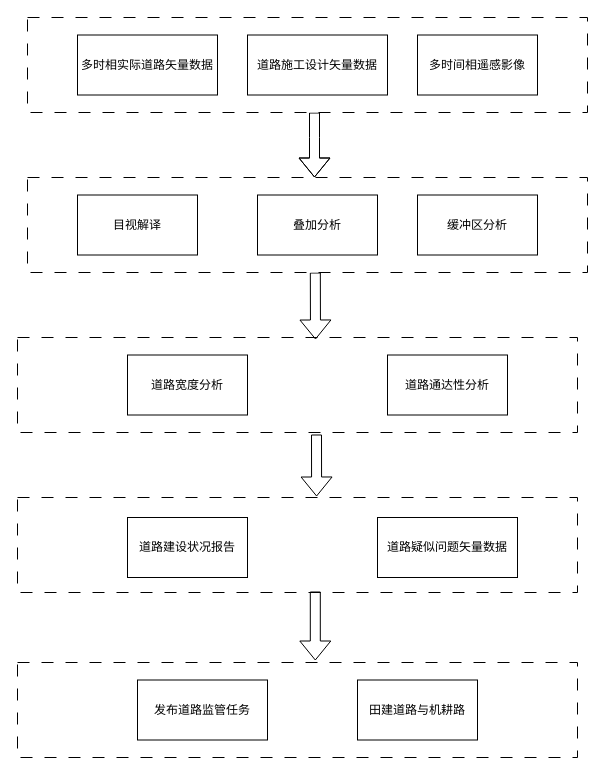
Earlier version of the draw.io diagram 沟渠建设情况分析.drawio (AhXianGL/draw.io). Source tidied: cells renumbered, new cells numbered last; positions are measured from the earlier drawing's top-left corner, leaving out a move shared by most shapes. Both pictures are drawn from the tidied source at 100%, with x=0, y=0 at pixel (17, 17).
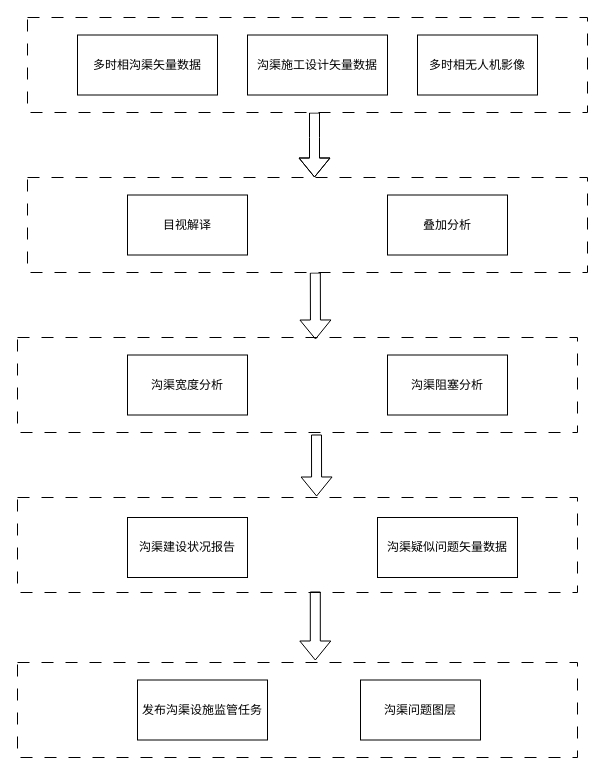
After the change.

Commit message:
更新沟渠建设情况分析.drawio

Unchanged cells that the change refers to:
```xml
<mxCell id="8" style="group;" parent="1" vertex="1">
  <mxGeometry y="480" width="560" height="95" as="geometry" />
</mxCell>
<mxCell id="12" style="group;" parent="1" vertex="1">
  <mxGeometry y="645" width="560" height="95" as="geometry" />
</mxCell>
<mxCell id="16" style="group;" parent="1" vertex="1">
  <mxGeometry x="10" width="560" height="95" as="geometry" />
</mxCell>
<mxCell id="21" style="group;" parent="1" vertex="1">
  <mxGeometry x="10" y="160" width="560" height="95" as="geometry" />
</mxCell>
```

Change to the diagram source:
```diff
@@
-    <mxCell id="3" value="道路宽度分析" style="rounded=0;whiteSpace=wrap;html=1;" parent="1" vertex="1">
+    <mxCell id="3" value="沟渠宽度分析" style="rounded=0;whiteSpace=wrap;html=1;" parent="1" vertex="1">
       <mxGeometry x="110" y="337.5" width="120" height="60" as="geometry" />
     </mxCell>
-    <mxCell id="4" value="道路通达性分析" style="rounded=0;whiteSpace=wrap;html=1;" parent="1" vertex="1">
+    <mxCell id="4" value="沟渠阻塞分析" style="rounded=0;whiteSpace=wrap;html=1;" parent="1" vertex="1">
       <mxGeometry x="370" y="337.5" width="120" height="60" as="geometry" />
     </mxCell>
@@
-    <mxCell id="10" value="道路建设状况报告" style="rounded=0;whiteSpace=wrap;html=1;" parent="8" vertex="1">
+    <mxCell id="10" value="沟渠建设状况报告" style="rounded=0;whiteSpace=wrap;html=1;" parent="8" vertex="1">
       <mxGeometry x="110" y="20" width="120" height="60" as="geometry" />
     </mxCell>
-    <mxCell id="11" value="道路疑似问题矢量数据" style="rounded=0;whiteSpace=wrap;html=1;" parent="8" vertex="1">
+    <mxCell id="11" value="沟渠疑似问题矢量数据" style="rounded=0;whiteSpace=wrap;html=1;" parent="8" vertex="1">
       <mxGeometry x="360" y="20" width="140" height="60" as="geometry" />
     </mxCell>
@@
-    <mxCell id="14" value="发布道路监管任务" style="rounded=0;whiteSpace=wrap;html=1;" parent="12" vertex="1">
+    <mxCell id="14" value="发布沟渠设施监管任务" style="rounded=0;whiteSpace=wrap;html=1;" parent="12" vertex="1">
       <mxGeometry x="120" y="17.5" width="130" height="60" as="geometry" />
     </mxCell>
-    <mxCell id="15" value="田建道路与机耕路" style="rounded=0;whiteSpace=wrap;html=1;" parent="12" vertex="1">
-      <mxGeometry x="340" y="17.5" width="120" height="60" as="geometry" />
+    <mxCell id="15" value="沟渠问题图层" style="rounded=0;whiteSpace=wrap;html=1;" parent="12" vertex="1">
+      <mxGeometry x="343" y="17.5" width="120" height="60" as="geometry" />
     </mxCell>
@@
-    <mxCell id="18" value="多时间相遥感影像" style="rounded=0;whiteSpace=wrap;html=1;" parent="16" vertex="1">
+    <mxCell id="18" value="多时相无人机影像" style="rounded=0;whiteSpace=wrap;html=1;" parent="16" vertex="1">
       <mxGeometry x="390" y="17.5" width="120" height="60" as="geometry" />
     </mxCell>
-    <mxCell id="19" value="道路施工设计矢量数据" style="rounded=0;whiteSpace=wrap;html=1;" parent="16" vertex="1">
+    <mxCell id="19" value="沟渠施工设计矢量数据" style="rounded=0;whiteSpace=wrap;html=1;" parent="16" vertex="1">
       <mxGeometry x="220" y="17.5" width="140" height="60" as="geometry" />
     </mxCell>
-    <mxCell id="20" value="多时相实际道路矢量数据" style="rounded=0;whiteSpace=wrap;html=1;" parent="16" vertex="1">
+    <mxCell id="20" value="多时相沟渠矢量数据" style="rounded=0;whiteSpace=wrap;html=1;" parent="16" vertex="1">
       <mxGeometry x="50" y="17.5" width="140" height="60" as="geometry" />
     </mxCell>
@@
     <mxCell id="23" value="目视解译" style="rounded=0;whiteSpace=wrap;html=1;" parent="21" vertex="1">
-      <mxGeometry x="50" y="17.5" width="120" height="60" as="geometry" />
+      <mxGeometry x="100" y="17.5" width="120" height="60" as="geometry" />
     </mxCell>
     <mxCell id="24" value="叠加分析" style="rounded=0;whiteSpace=wrap;html=1;" parent="21" vertex="1">
-      <mxGeometry x="230" y="17.5" width="120" height="60" as="geometry" />
+      <mxGeometry x="360" y="17.5" width="120" height="60" as="geometry" />
     </mxCell>
-    <mxCell id="25" value="缓冲区分析" style="rounded=0;whiteSpace=wrap;html=1;" parent="21" vertex="1">
-      <mxGeometry x="390" y="17.5" width="120" height="60" as="geometry" />
-    </mxCell>
```
